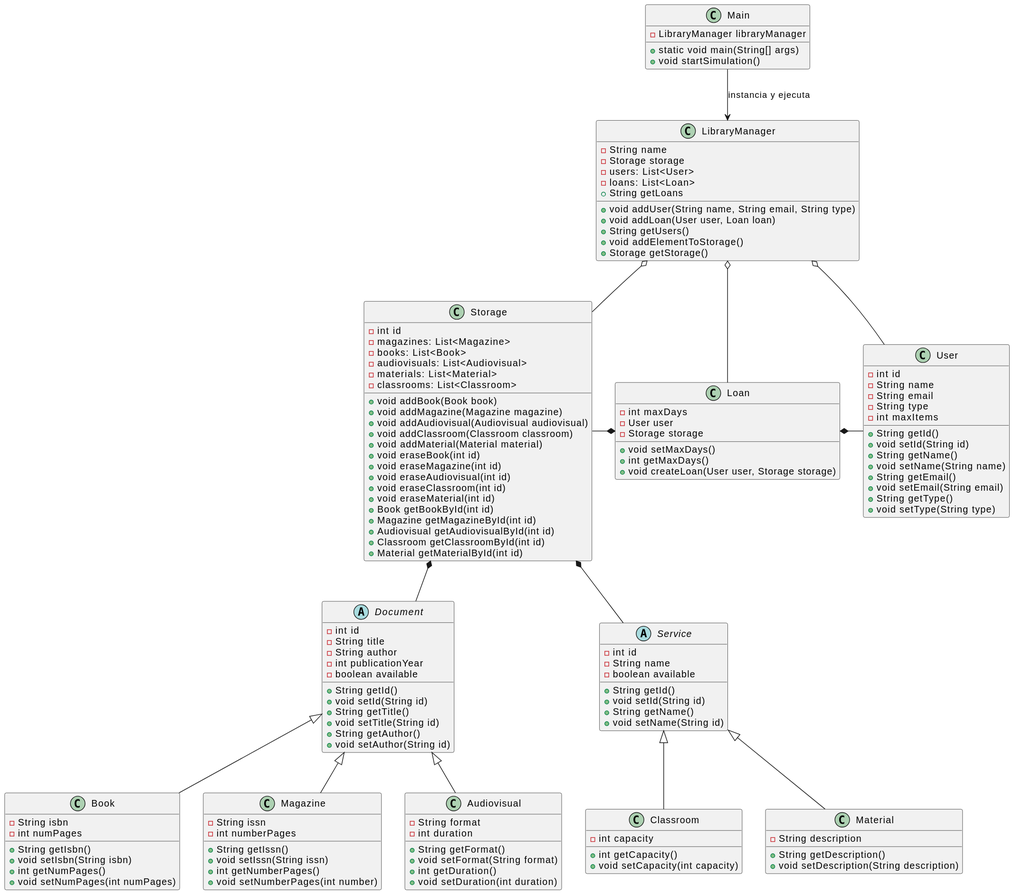
Before: images/modelosUML/DiagramaDeClases.svg, a diagram exported from PlantUML (sara-patino/24-25-IdSw2-SDD).
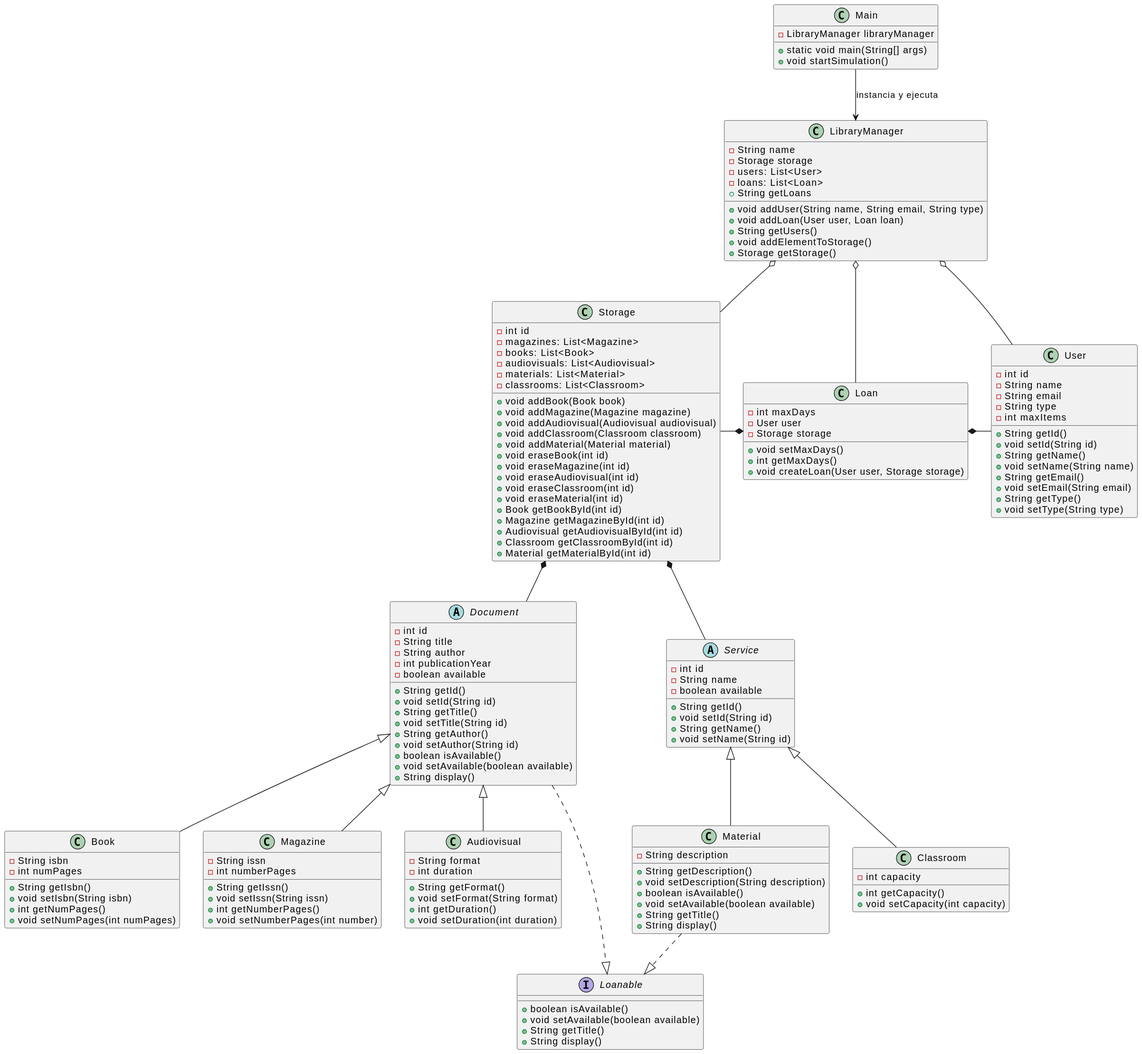
The same file after the commit.

Diff of the diagram source:
```diff
@@ -14,10 +14,24 @@
 Document <|-- Magazine
 Document <|-- Audiovisual
 
+interface Loanable {
+    +boolean isAvailable()
+    +void setAvailable(boolean available)
+    +String getTitle()
+    +String display()
+}
+
+Loanable <|.up. Document
+Loanable <|.up. Material
+
 class Material {
     -String description
     +String getDescription()
     +void setDescription(String description)
+    +boolean isAvailable()
+    +void setAvailable(boolean available)
+    +String getTitle()
+    +String display()
 }
 
 class Storage {
@@ -56,7 +70,9 @@
     +void setTitle(String id)
     +String getAuthor()
     +void setAuthor(String id)
-
+    +boolean isAvailable()
+    +void setAvailable(boolean available)
+    +String display()
 }
 
 class User {
```
